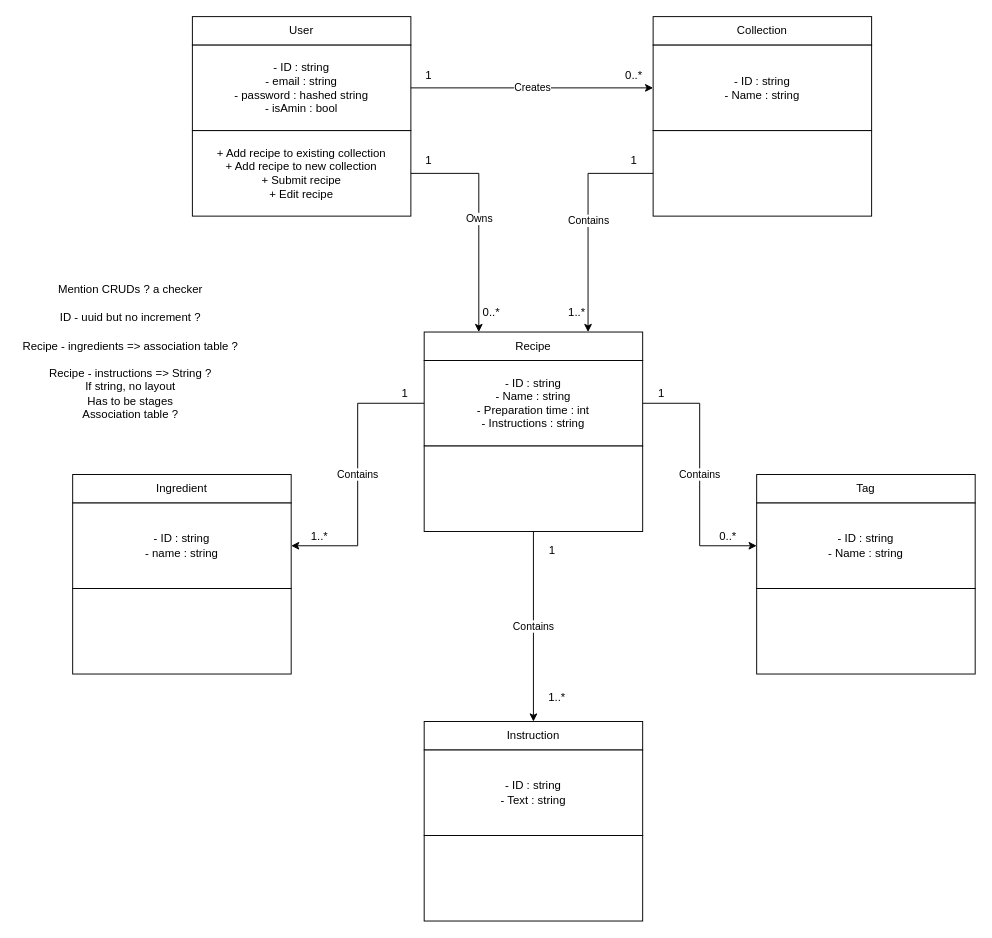
This is part3/5_components_-_classes_-_database_design/ClassDiagram.drawio from jmitchell35/holbertonschool-portfolio_project, a draw.io file, before an edit. Source tidied: cells renumbered, new cells numbered last; positions are measured from the earlier drawing's top-left corner, leaving out a move shared by most shapes. Both pictures are drawn from the tidied source at 95%, with x=0, y=0 at pixel (16, 16).
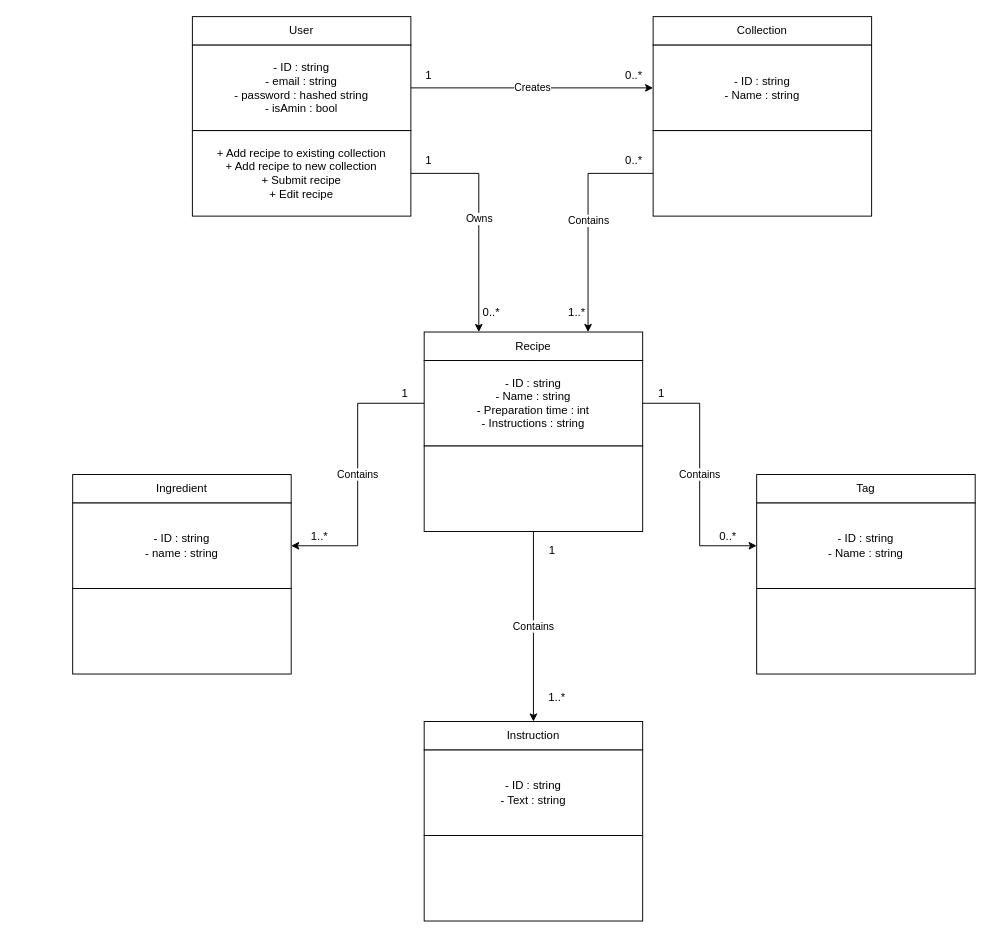
The same diagram, later.

What changed in the source:
```diff
@@
-    <mxCell id="12" value="ID - uuid but no increment ?" style="text;html=1;align=center;verticalAlign=middle;whiteSpace=wrap;rounded=0;" parent="1" vertex="1">
-      <mxGeometry y="302" width="240" height="30" as="geometry" />
-    </mxCell>
-    <mxCell id="13" value="&lt;div&gt;Recipe - ingredients =&amp;gt; association table ?&lt;/div&gt;" style="text;html=1;align=center;verticalAlign=middle;whiteSpace=wrap;rounded=0;" parent="1" vertex="1">
-      <mxGeometry y="332" width="240" height="30" as="geometry" />
-    </mxCell>
@@
-    <mxCell id="15" value="&lt;div&gt;Recipe - instructions =&amp;gt; String ?&lt;/div&gt;&lt;div&gt;If string, no layout&lt;/div&gt;&lt;div&gt;Has to be stages&lt;/div&gt;&lt;div&gt;Association table ?&lt;/div&gt;" style="text;html=1;align=center;verticalAlign=middle;whiteSpace=wrap;rounded=0;" parent="1" vertex="1">
-      <mxGeometry y="382" width="240" height="30" as="geometry" />
-    </mxCell>
@@
-    <mxCell id="51" value="1" style="text;html=1;align=center;verticalAlign=middle;whiteSpace=wrap;rounded=0;" parent="1" vertex="1">
+    <mxCell id="51" value="0..*" style="text;html=1;align=center;verticalAlign=middle;whiteSpace=wrap;rounded=0;" parent="1" vertex="1">
       <mxGeometry x="620" y="137" width="60" height="30" as="geometry" />
     </mxCell>
@@
-    <mxCell id="53" value="Mention CRUDs ? a checker" style="text;html=1;align=center;verticalAlign=middle;whiteSpace=wrap;rounded=0;" parent="1" vertex="1">
-      <mxGeometry y="272" width="240" height="30" as="geometry" />
-    </mxCell>
```
